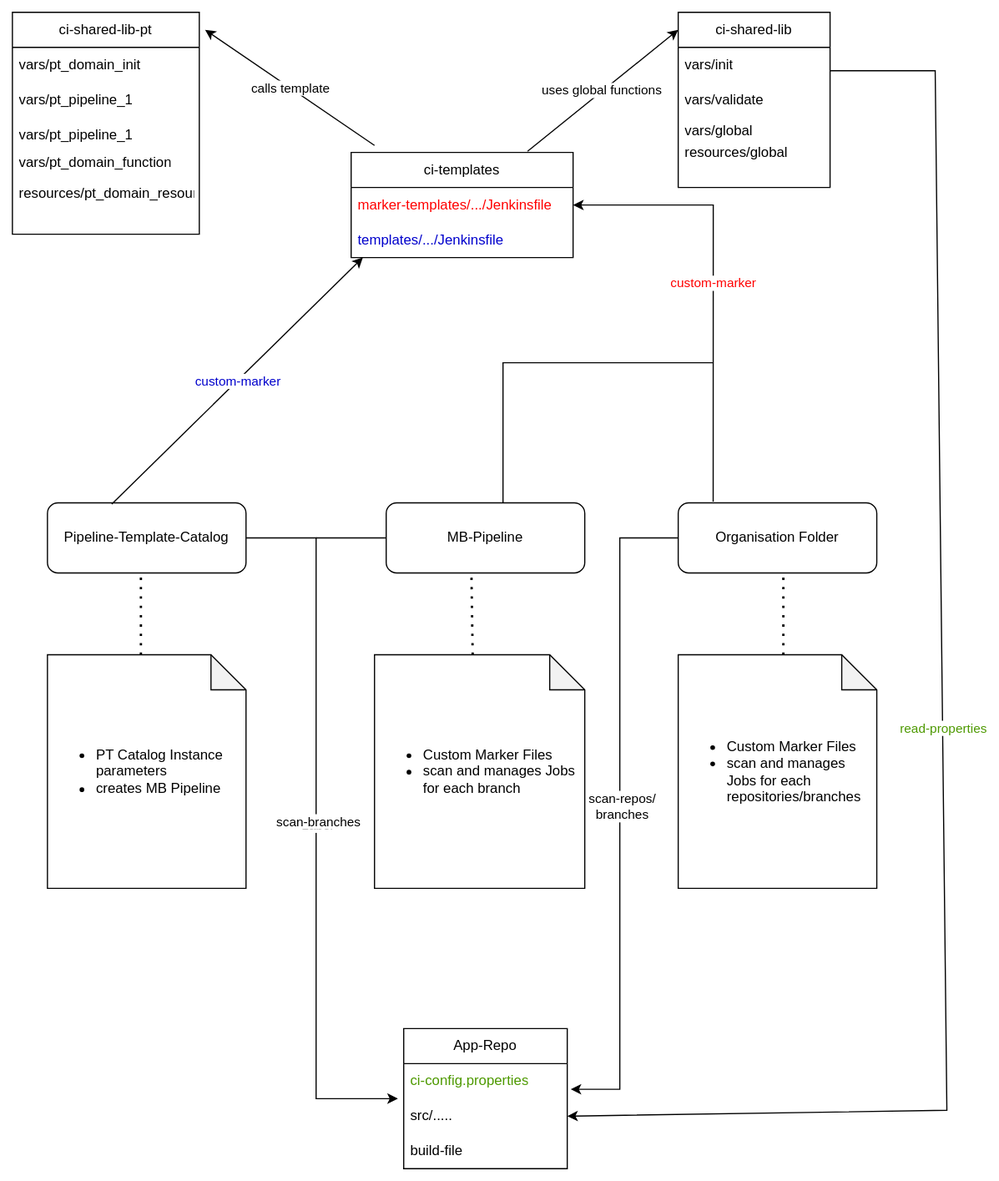
Above: images/CI-Component-diagram.svg in cb-ci-templates/ci-templates (draw.io), before the change. Source tidied: cells renumbered, new cells last; positions are measured from the earlier drawing's top-left corner, leaving out a move shared by most shapes.
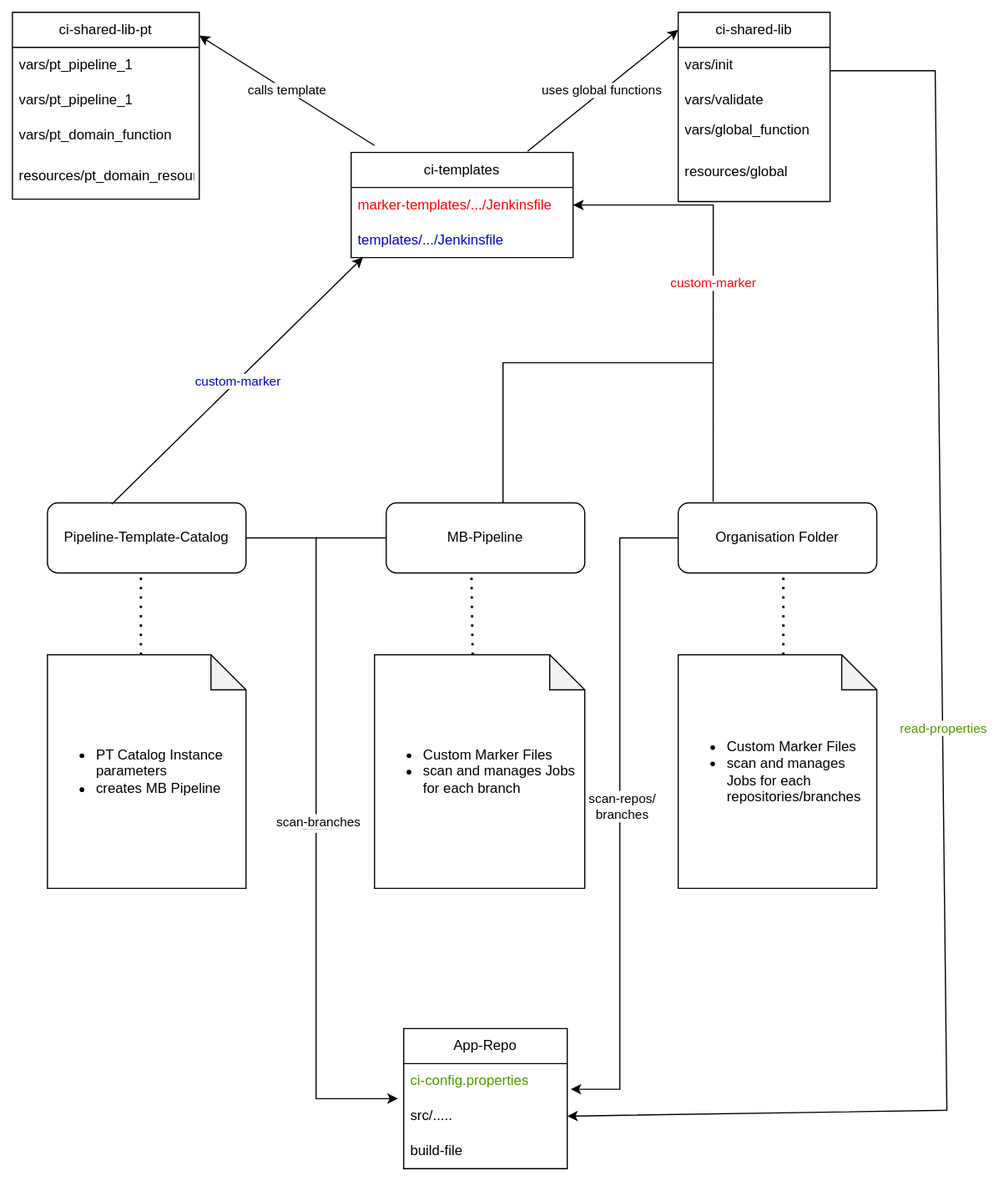
The same file after the commit.

What changed in the source:
```diff
@@ -11,9 +11,10 @@
     <mxCell id="4" value="Organisation Folder" style="rounded=1;whiteSpace=wrap;html=1;" parent="1" vertex="1">
       <mxGeometry x="570" y="420" width="170" height="60" as="geometry" />
     </mxCell>
-    <mxCell id="5" style="endArrow=classic;html=1;rounded=0;entryX=1.031;entryY=0.079;entryDx=0;entryDy=0;entryPerimeter=0;" parent="1" edge="1" target="13">
+    <mxCell id="5" style="endArrow=classic;html=1;rounded=0;" parent="1" edge="1">
       <mxGeometry relative="1" as="geometry">
         <mxPoint x="310" y="114" as="sourcePoint" />
+        <mxPoint x="160" y="20" as="targetPoint" />
       </mxGeometry>
     </mxCell>
     <mxCell id="6" value="calls template" style="edgeLabel;html=1;align=center;verticalAlign=middle;" parent="5" vertex="1">
@@ -46,22 +47,22 @@
       <mxGeometry relative="1" as="geometry" />
     </mxCell>
     <mxCell id="13" value="ci-shared-lib-pt" style="swimlane;fontStyle=0;horizontal=1;startSize=30;whiteSpace=wrap;html=1;" parent="1" vertex="1">
-      <mxGeometry width="160" height="190" as="geometry" />
+      <mxGeometry width="160" height="160" as="geometry" />
     </mxCell>
-    <mxCell id="14" value="vars/pt_domain_init" style="text;strokeColor=none;fillColor=none;align=left;verticalAlign=middle;spacingLeft=4;spacingRight=4;overflow=hidden;whiteSpace=wrap;html=1;" parent="13" vertex="1">
-      <mxGeometry y="30" width="160" height="30" as="geometry" />
-    </mxCell>
     <mxCell id="15" value="vars/pt_pipeline_1" style="text;strokeColor=none;fillColor=none;align=left;verticalAlign=middle;spacingLeft=4;spacingRight=4;overflow=hidden;whiteSpace=wrap;html=1;" parent="13" vertex="1">
-      <mxGeometry y="60" width="160" height="30" as="geometry" />
+      <mxGeometry y="30" width="160" height="30" as="geometry" />
     </mxCell>
     <mxCell id="16" value="vars/pt_pipeline_1" style="text;strokeColor=none;fillColor=none;align=left;verticalAlign=middle;spacingLeft=4;spacingRight=4;overflow=hidden;whiteSpace=wrap;html=1;" parent="13" vertex="1">
-      <mxGeometry y="90" width="160" height="30" as="geometry" />
+      <mxGeometry y="60" width="160" height="30" as="geometry" />
     </mxCell>
+    <mxCell id="22" value="vars/pt_domain_function" style="text;strokeColor=none;fillColor=none;align=left;verticalAlign=middle;spacingLeft=4;spacingRight=4;overflow=hidden;whiteSpace=wrap;html=1;" parent="13" vertex="1">
+      <mxGeometry y="90" width="160" height="30" as="geometry" />
+    </mxCell>
     <mxCell id="17" value="resources/pt_domain_resource" style="text;strokeColor=none;fillColor=none;align=left;verticalAlign=middle;spacingLeft=4;spacingRight=4;overflow=hidden;whiteSpace=wrap;html=1;" parent="13" vertex="1">
-      <mxGeometry y="120" width="160" height="70" as="geometry" />
+      <mxGeometry y="120" width="160" height="40" as="geometry" />
     </mxCell>
     <mxCell id="18" value="ci-shared-lib" style="swimlane;fontStyle=0;horizontal=1;startSize=30;whiteSpace=wrap;html=1;" parent="1" vertex="1">
-      <mxGeometry x="570" width="130" height="150" as="geometry" />
+      <mxGeometry x="570" width="130" height="162" as="geometry" />
     </mxCell>
     <mxCell id="19" value="vars/init" style="text;strokeColor=none;fillColor=none;align=left;verticalAlign=middle;spacingLeft=4;spacingRight=4;overflow=hidden;whiteSpace=wrap;html=1;" parent="18" vertex="1">
       <mxGeometry y="30" width="130" height="30" as="geometry" />
@@ -69,15 +70,12 @@
     <mxCell id="20" value="vars/validate" style="text;strokeColor=none;fillColor=none;align=left;verticalAlign=middle;spacingLeft=4;spacingRight=4;overflow=hidden;whiteSpace=wrap;html=1;" parent="18" vertex="1">
       <mxGeometry y="60" width="130" height="30" as="geometry" />
     </mxCell>
+    <mxCell id="23" value="vars/global_function" style="text;strokeColor=none;fillColor=none;align=left;verticalAlign=middle;spacingLeft=4;spacingRight=4;overflow=hidden;whiteSpace=wrap;html=1;" parent="18" vertex="1">
+      <mxGeometry y="90" width="130" height="22" as="geometry" />
+    </mxCell>
     <mxCell id="21" value="resources/global" style="text;strokeColor=none;fillColor=none;align=left;verticalAlign=middle;spacingLeft=4;spacingRight=4;overflow=hidden;whiteSpace=wrap;html=1;" parent="18" vertex="1">
-      <mxGeometry y="90" width="130" height="60" as="geometry" />
+      <mxGeometry y="112" width="130" height="50" as="geometry" />
     </mxCell>
-    <mxCell id="22" value="vars/pt_domain_function" style="text;strokeColor=none;fillColor=none;align=left;verticalAlign=middle;spacingLeft=4;spacingRight=4;overflow=hidden;whiteSpace=wrap;html=1;" parent="1" vertex="1">
-      <mxGeometry y="114" width="140" height="30" as="geometry" />
-    </mxCell>
-    <mxCell id="23" value="vars/global" style="text;strokeColor=none;fillColor=none;align=left;verticalAlign=middle;spacingLeft=4;spacingRight=4;overflow=hidden;whiteSpace=wrap;html=1;" parent="1" vertex="1">
-      <mxGeometry x="570" y="91" width="140" height="22" as="geometry" />
-    </mxCell>
     <mxCell id="24" value="ci-templates" style="swimlane;fontStyle=0;horizontal=1;startSize=30;whiteSpace=wrap;html=1;" parent="1" vertex="1">
       <mxGeometry x="290" y="120" width="190" height="90" as="geometry" />
     </mxCell>
```
